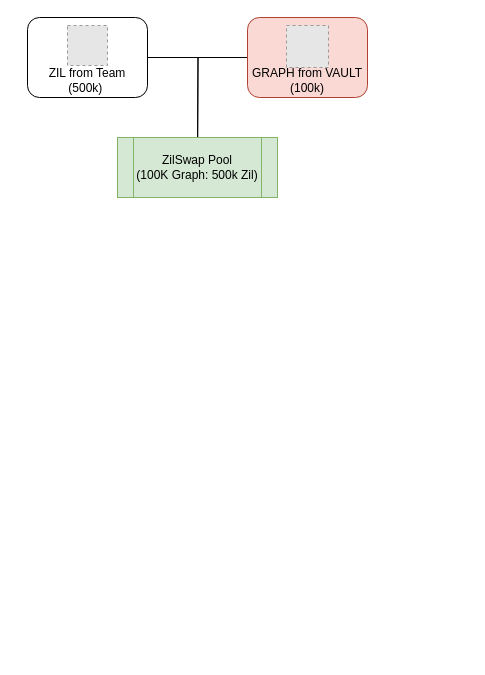
Carbon-Labs/Diagrams keeps this draw.io diagram as carbswapflow.drawio. Above is the earlier version. Source tidied: cells renumbered, new cells numbered last; positions are measured from the earlier drawing's top-left corner, leaving out a move shared by most shapes. Both pictures are drawn from the tidied source at 100%, with x=0, y=0 at pixel (27, 17). Pictures stored in the file or linked from it are replaced by grey dashed boxes.
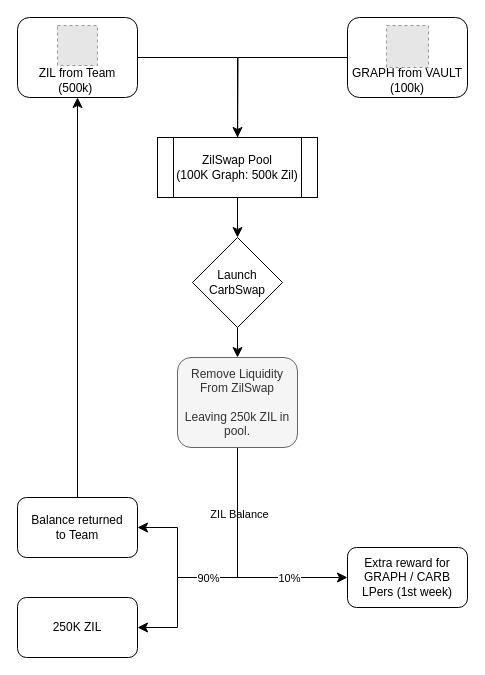
The same diagram, later.

Change to the diagram source:
```diff
@@
     <mxCell id="2" style="rounded=0;html=1;jettySize=auto;fontSize=11;endArrow=block;endFill=0;endSize=8;strokeWidth=1;shadow=0;labelBackgroundColor=none;edgeStyle=orthogonalEdgeStyle;" parent="1" edge="1" source="3">
       <mxGeometry relative="1" as="geometry">
-        <mxPoint x="170" y="150" as="targetPoint" />
+        <mxPoint x="210" y="150" as="targetPoint" />
       </mxGeometry>
     </mxCell>
-    <mxCell id="3" value="GRAPH from VAULT&lt;br&gt;(100k)" style="rounded=1;whiteSpace=wrap;html=1;fontSize=12;glass=0;strokeWidth=1;shadow=0;verticalAlign=bottom;fillColor=#fad9d5;strokeColor=#ae4132;" parent="1" vertex="1">
-      <mxGeometry x="220" width="120" height="80" as="geometry" />
+    <mxCell id="3" value="GRAPH from VAULT&lt;br&gt;(100k)" style="rounded=1;whiteSpace=wrap;html=1;fontSize=12;glass=0;strokeWidth=1;shadow=0;verticalAlign=bottom;" parent="1" vertex="1">
+      <mxGeometry x="320" width="120" height="80" as="geometry" />
     </mxCell>
-    <mxCell id="4" style="edgeStyle=orthogonalEdgeStyle;rounded=0;jettySize=auto;html=1;exitX=1;exitY=0.5;exitDx=0;exitDy=0;endArrow=block;endFill=0;endSize=8;entryX=0.5;entryY=0;entryDx=0;entryDy=0;" parent="1" edge="1" source="5">
-      <mxGeometry relative="1" as="geometry">
-        <mxPoint x="170" y="150" as="targetPoint" />
-      </mxGeometry>
+    <mxCell id="4" style="edgeStyle=orthogonalEdgeStyle;rounded=0;jettySize=auto;html=1;exitX=1;exitY=0.5;exitDx=0;exitDy=0;endArrow=classic;endFill=1;endSize=8;entryX=0.5;entryY=0;entryDx=0;entryDy=0;" parent="1" edge="1" source="5" target="6">
+      <mxGeometry relative="1" as="geometry" />
     </mxCell>
     <mxCell id="5" value="ZIL from Team&lt;br&gt;(500k)&amp;nbsp;" style="rounded=1;whiteSpace=wrap;html=1;fontSize=12;glass=0;strokeWidth=1;shadow=0;verticalAlign=bottom;" parent="1" vertex="1">
-      <mxGeometry width="120" height="80" as="geometry" />
+      <mxGeometry x="-10" width="120" height="80" as="geometry" />
     </mxCell>
+    <mxCell id="9" style="edgeStyle=orthogonalEdgeStyle;rounded=0;jettySize=auto;html=1;exitX=0.5;exitY=1;exitDx=0;exitDy=0;entryX=0.5;entryY=0;entryDx=0;entryDy=0;endArrow=classic;endFill=1;endSize=8;" parent="1" edge="1" source="6" target="11">
+      <mxGeometry relative="1" as="geometry" />
+    </mxCell>
-    <mxCell id="6" value="ZilSwap Pool&lt;br&gt;(100K Graph: 500k Zil)" style="shape=process;whiteSpace=wrap;html=1;backgroundOutline=1;fillColor=#d5e8d4;strokeColor=#82b366;" parent="1" vertex="1">
-      <mxGeometry x="90" y="120" width="160" height="60" as="geometry" />
+    <mxCell id="6" value="ZilSwap Pool&lt;br&gt;(100K Graph: 500k Zil)" style="shape=process;whiteSpace=wrap;html=1;backgroundOutline=1;" parent="1" vertex="1">
+      <mxGeometry x="130" y="120" width="160" height="60" as="geometry" />
     </mxCell>
     <mxCell id="7" style="fillColor=#E6E6E6;strokeColor=#999999;dashed=1;verticalLabelPosition=bottom;labelBackgroundColor=#ffffff;verticalAlign=top;" parent="1" vertex="1">
-      <mxGeometry x="259" y="8" width="42" height="42" as="geometry" />
+      <mxGeometry x="359" y="8" width="42" height="42" as="geometry" />
     </mxCell>
     <mxCell id="8" style="fillColor=#E6E6E6;strokeColor=#999999;dashed=1;verticalLabelPosition=bottom;labelBackgroundColor=#ffffff;verticalAlign=top;" parent="1" vertex="1">
-      <mxGeometry x="40" y="8" width="40" height="40" as="geometry" />
+      <mxGeometry x="30" y="8" width="40" height="40" as="geometry" />
     </mxCell>
+    <mxCell id="10" style="edgeStyle=orthogonalEdgeStyle;rounded=0;jettySize=auto;html=1;exitX=0.5;exitY=1;exitDx=0;exitDy=0;entryX=0.5;entryY=0;entryDx=0;entryDy=0;endArrow=classic;endFill=1;endSize=8;" parent="1" edge="1" source="11" target="18">
+      <mxGeometry relative="1" as="geometry" />
+    </mxCell>
+    <mxCell id="11" value="Launch&lt;br&gt;CarbSwap" style="rhombus;whiteSpace=wrap;html=1;verticalAlign=middle;" parent="1" vertex="1">
+      <mxGeometry x="165" y="220" width="90" height="90" as="geometry" />
+    </mxCell>
+    <mxCell id="12" style="edgeStyle=orthogonalEdgeStyle;rounded=0;jettySize=auto;html=1;exitX=0.5;exitY=1;exitDx=0;exitDy=0;entryX=0;entryY=0.5;entryDx=0;entryDy=0;endArrow=classic;endFill=1;endSize=8;" parent="1" edge="1" source="18" target="19">
+      <mxGeometry relative="1" as="geometry" />
+    </mxCell>
+    <mxCell id="13" value="10%" style="edgeLabel;html=1;align=center;verticalAlign=middle;" parent="12" vertex="1">
+      <mxGeometry x="0.39" y="-3" relative="1" as="geometry">
+        <mxPoint x="14" y="-3" as="offset" />
+      </mxGeometry>
+    </mxCell>
+    <mxCell id="14" style="edgeStyle=orthogonalEdgeStyle;rounded=0;jettySize=auto;html=1;exitX=0.5;exitY=1;exitDx=0;exitDy=0;entryX=1;entryY=0.5;entryDx=0;entryDy=0;endArrow=classic;endFill=1;endSize=8;" parent="1" edge="1" source="18" target="21">
+      <mxGeometry relative="1" as="geometry">
+        <Array as="points">
+          <mxPoint x="210" y="560" />
+          <mxPoint x="150" y="560" />
+          <mxPoint x="150" y="510" />
+        </Array>
+      </mxGeometry>
+    </mxCell>
+    <mxCell id="15" value="ZIL Balance" style="edgeLabel;html=1;align=center;verticalAlign=middle;" parent="14" vertex="1">
+      <mxGeometry x="-0.53" y="1" relative="1" as="geometry" />
+    </mxCell>
+    <mxCell id="16" style="edgeStyle=orthogonalEdgeStyle;rounded=0;jettySize=auto;html=1;exitX=0.5;exitY=1;exitDx=0;exitDy=0;entryX=1;entryY=0.5;entryDx=0;entryDy=0;endArrow=classic;endFill=1;endSize=8;" parent="1" edge="1" source="18" target="22">
+      <mxGeometry relative="1" as="geometry">
+        <Array as="points">
+          <mxPoint x="210" y="560" />
+          <mxPoint x="150" y="560" />
+          <mxPoint x="150" y="610" />
+        </Array>
+      </mxGeometry>
+    </mxCell>
+    <mxCell id="17" value="90%" style="edgeLabel;html=1;align=center;verticalAlign=middle;" parent="16" vertex="1">
+      <mxGeometry x="0.14" relative="1" as="geometry" />
+    </mxCell>
+    <mxCell id="18" value="Remove Liquidity From ZilSwap&lt;br&gt;&lt;br&gt;Leaving 250k ZIL in pool." style="rounded=1;whiteSpace=wrap;html=1;verticalAlign=middle;fillColor=#f5f5f5;fontColor=#333333;strokeColor=#666666;" parent="1" vertex="1">
+      <mxGeometry x="150" y="340" width="120" height="90" as="geometry" />
+    </mxCell>
+    <mxCell id="19" value="Extra reward for GRAPH / CARB&lt;br&gt;LPers (1st week)" style="rounded=1;whiteSpace=wrap;html=1;verticalAlign=middle;" parent="1" vertex="1">
+      <mxGeometry x="320" y="530" width="120" height="60" as="geometry" />
+    </mxCell>
+    <mxCell id="20" style="edgeStyle=orthogonalEdgeStyle;rounded=0;jettySize=auto;html=1;exitX=0.5;exitY=0;exitDx=0;exitDy=0;entryX=0.5;entryY=1;entryDx=0;entryDy=0;endArrow=classic;endFill=1;endSize=8;" parent="1" edge="1" source="21" target="5">
+      <mxGeometry relative="1" as="geometry">
+        <Array as="points">
+          <mxPoint x="50" y="80" />
+        </Array>
+      </mxGeometry>
+    </mxCell>
+    <mxCell id="21" value="Balance returned&lt;br&gt;to Team" style="rounded=1;whiteSpace=wrap;html=1;verticalAlign=middle;" parent="1" vertex="1">
+      <mxGeometry x="-10" y="480" width="120" height="60" as="geometry" />
+    </mxCell>
+    <mxCell id="22" value="250K ZIL" style="rounded=1;whiteSpace=wrap;html=1;verticalAlign=middle;" parent="1" vertex="1">
+      <mxGeometry x="-10" y="580" width="120" height="60" as="geometry" />
+    </mxCell>
```
